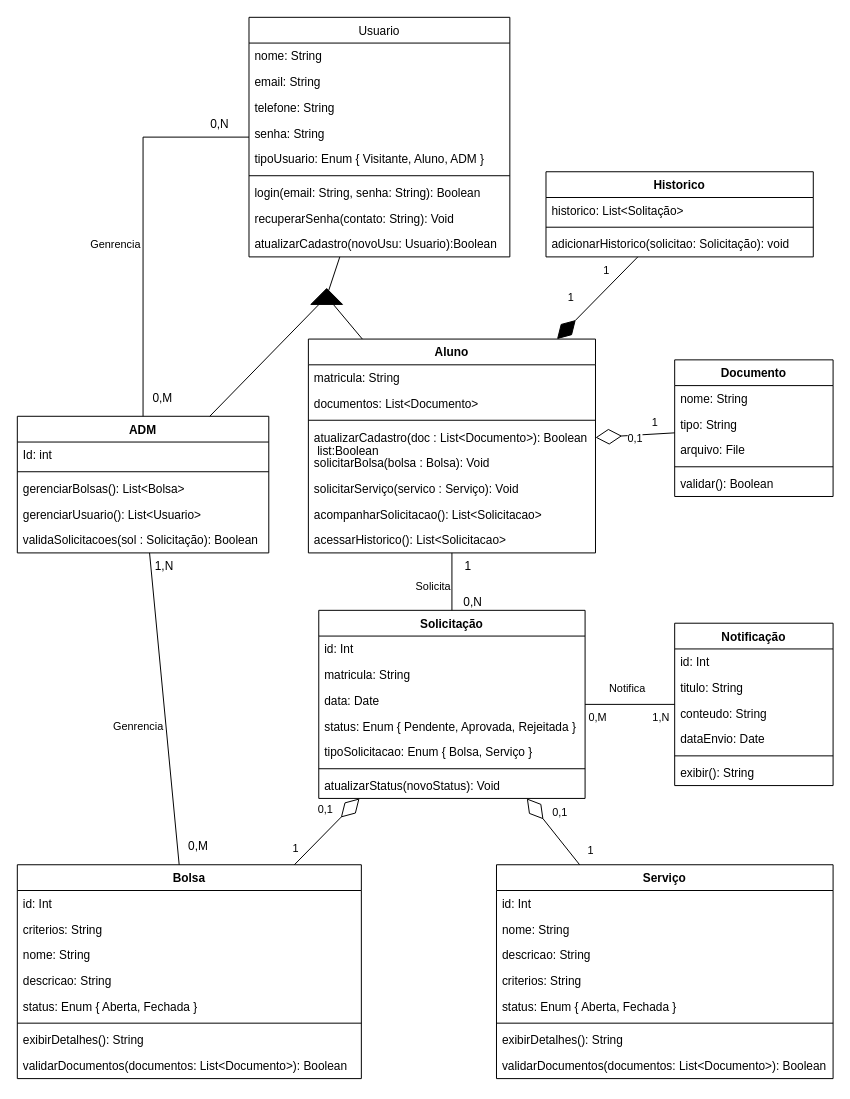
The draw.io diagram Eng de Software 1/Trabalho/diagrama_classe.drawio in MarcosWillianAP1K/Atividade_Faculdade, before the edit. Source tidied: cells renumbered, new cells numbered last; positions are measured from the earlier drawing's top-left corner, leaving out a move shared by most shapes. Both pictures are drawn from the tidied source at 99%, with x=0, y=0 at pixel (17, 17).
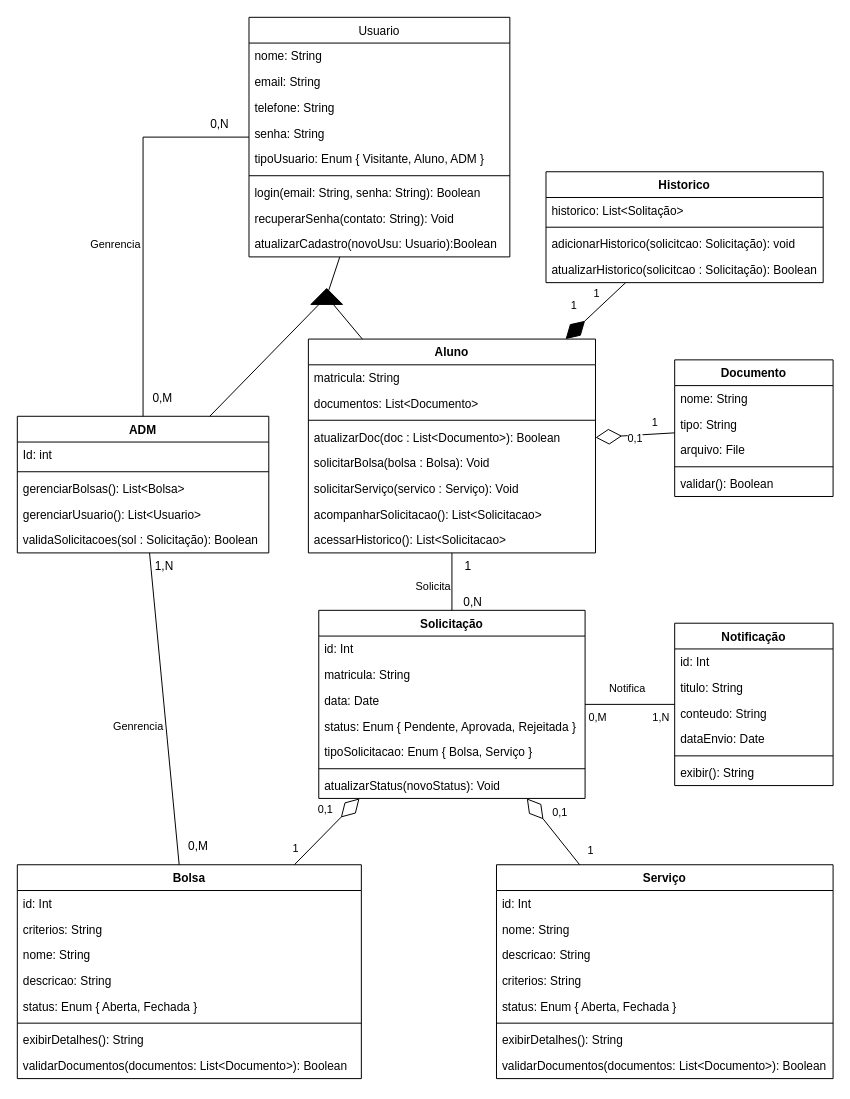
Above is the later version.

Commit message:
eng de software1 ajeitando

Unchanged cells that the change refers to:
```xml
<mxCell id="12" value="Aluno" style="swimlane;fontStyle=1;align=center;verticalAlign=top;horizontal=1;startSize=26;" parent="1" vertex="1">
  <mxGeometry x="294" y="325" width="290" height="216" as="geometry" />
</mxCell>
```

Diff of the diagram source:
```diff
@@
-    <mxCell id="16" value="atualizarCadastro(doc : List&lt;Documento&gt;): Boolean&#10; list:Boolean" style="text;strokeColor=none;fillColor=none;align=left;verticalAlign=top;spacingLeft=4;spacingRight=4;overflow=hidden;" parent="12" vertex="1">
+    <mxCell id="16" value="atualizarDoc(doc : List&lt;Documento&gt;): Boolean" style="text;strokeColor=none;fillColor=none;align=left;verticalAlign=top;spacingLeft=4;spacingRight=4;overflow=hidden;" parent="12" vertex="1">
       <mxGeometry y="86" width="290" height="26" as="geometry" />
     </mxCell>
@@
     <mxCell id="74" value="Historico" style="swimlane;fontStyle=1;align=center;verticalAlign=top;horizontal=1;startSize=26;" parent="1" vertex="1">
-      <mxGeometry x="534" y="156" width="270" height="86" as="geometry" />
+      <mxGeometry x="534" y="156" width="280" height="112" as="geometry" />
     </mxCell>
     <mxCell id="75" value="historico: List&lt;Solitação&gt;" style="text;strokeColor=none;fillColor=none;align=left;verticalAlign=top;spacingLeft=4;spacingRight=4;overflow=hidden;" parent="74" vertex="1">
-      <mxGeometry y="26" width="270" height="26" as="geometry" />
+      <mxGeometry y="26" width="280" height="26" as="geometry" />
     </mxCell>
     <mxCell id="76" style="line;strokeWidth=1;fillColor=none;align=left;verticalAlign=middle;spacingTop=-1;spacingLeft=3;spacingRight=3;labelPosition=right;strokeColor=inherit;" parent="74" vertex="1">
-      <mxGeometry y="52" width="270" height="8" as="geometry" />
+      <mxGeometry y="52" width="280" height="8" as="geometry" />
     </mxCell>
-    <mxCell id="77" value="adicionarHistorico(solicitao: Solicitação): void" style="text;strokeColor=none;fillColor=none;align=left;verticalAlign=top;spacingLeft=4;spacingRight=4;overflow=hidden;" parent="74" vertex="1">
-      <mxGeometry y="60" width="270" height="26" as="geometry" />
+    <mxCell id="77" value="adicionarHistorico(solicitcao: Solicitação): void" style="text;strokeColor=none;fillColor=none;align=left;verticalAlign=top;spacingLeft=4;spacingRight=4;overflow=hidden;" parent="74" vertex="1">
+      <mxGeometry y="60" width="280" height="26" as="geometry" />
     </mxCell>
+    <mxCell id="102" value="atualizarHistorico(solicitcao : Solicitação): Boolean" style="text;strokeColor=none;fillColor=none;align=left;verticalAlign=top;spacingLeft=4;spacingRight=4;overflow=hidden;" parent="74" vertex="1">
+      <mxGeometry y="86" width="280" height="26" as="geometry" />
+    </mxCell>
```
